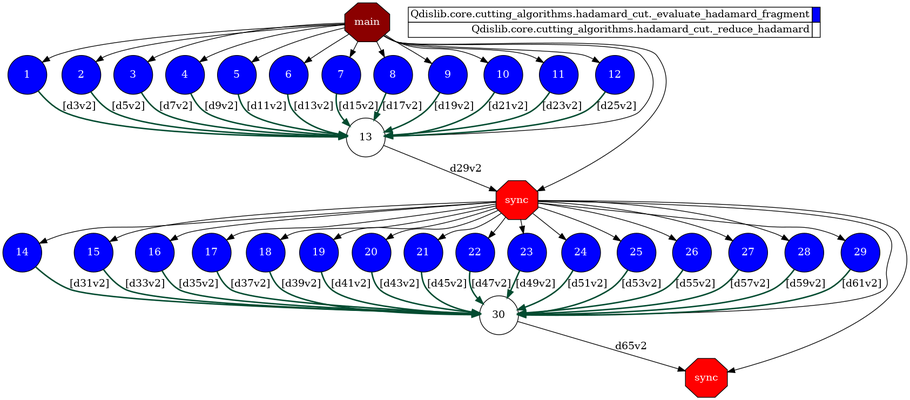
The Graphviz diagram examples/hadamard_compss_graph.png in bsc-wdc/qdislib, before a commit. Its source is kept beside it as examples/hadamard_compss_graph.dot.
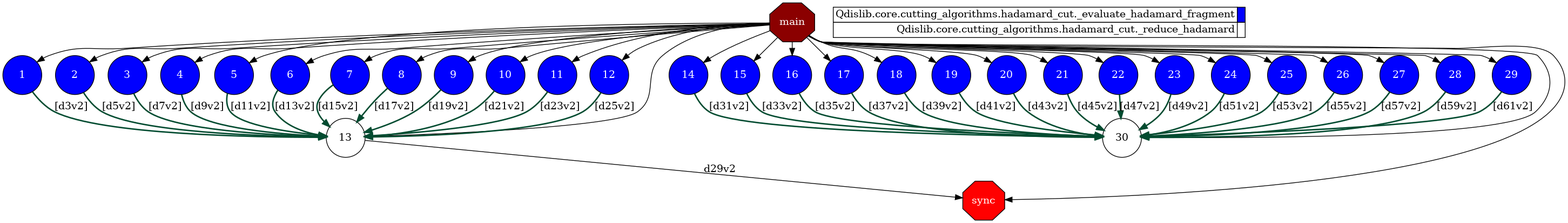
Above is the later version.

Commit message:
cutting: sync=False on Hadamard drivers to overlap independent cuts

The edit, as a diff of the source:
```diff
@@ -46,43 +46,40 @@
 3 -> 13 [label="[d7v2]",color="#024b30",penwidth=2];
 11 -> 13 [label="[d23v2]",color="#024b30",penwidth=2];
 9 -> 13 [label="[d19v2]",color="#024b30",penwidth=2];
-Synchro1[label="sync", shape=octagon, style=filled fillcolor="#ff0000" fontcolor="#FFFFFF"];
-Synchro0 -> Synchro1;
-13 -> Synchro1 [label="d29v2"];
 14[shape=circle, style=filled fillcolor="#0000ff" fontcolor="#ffffff"];
-Synchro1 -> 14;
+Synchro0 -> 14;
 15[shape=circle, style=filled fillcolor="#0000ff" fontcolor="#ffffff"];
-Synchro1 -> 15;
+Synchro0 -> 15;
 16[shape=circle, style=filled fillcolor="#0000ff" fontcolor="#ffffff"];
-Synchro1 -> 16;
+Synchro0 -> 16;
 17[shape=circle, style=filled fillcolor="#0000ff" fontcolor="#ffffff"];
-Synchro1 -> 17;
+Synchro0 -> 17;
 18[shape=circle, style=filled fillcolor="#0000ff" fontcolor="#ffffff"];
-Synchro1 -> 18;
+Synchro0 -> 18;
 19[shape=circle, style=filled fillcolor="#0000ff" fontcolor="#ffffff"];
-Synchro1 -> 19;
+Synchro0 -> 19;
 20[shape=circle, style=filled fillcolor="#0000ff" fontcolor="#ffffff"];
-Synchro1 -> 20;
+Synchro0 -> 20;
 21[shape=circle, style=filled fillcolor="#0000ff" fontcolor="#ffffff"];
-Synchro1 -> 21;
+Synchro0 -> 21;
 22[shape=circle, style=filled fillcolor="#0000ff" fontcolor="#ffffff"];
-Synchro1 -> 22;
+Synchro0 -> 22;
 23[shape=circle, style=filled fillcolor="#0000ff" fontcolor="#ffffff"];
-Synchro1 -> 23;
+Synchro0 -> 23;
 24[shape=circle, style=filled fillcolor="#0000ff" fontcolor="#ffffff"];
-Synchro1 -> 24;
+Synchro0 -> 24;
 25[shape=circle, style=filled fillcolor="#0000ff" fontcolor="#ffffff"];
-Synchro1 -> 25;
+Synchro0 -> 25;
 26[shape=circle, style=filled fillcolor="#0000ff" fontcolor="#ffffff"];
-Synchro1 -> 26;
+Synchro0 -> 26;
 27[shape=circle, style=filled fillcolor="#0000ff" fontcolor="#ffffff"];
-Synchro1 -> 27;
+Synchro0 -> 27;
 28[shape=circle, style=filled fillcolor="#0000ff" fontcolor="#ffffff"];
-Synchro1 -> 28;
+Synchro0 -> 28;
 29[shape=circle, style=filled fillcolor="#0000ff" fontcolor="#ffffff"];
-Synchro1 -> 29;
+Synchro0 -> 29;
 30[shape=circle, style=filled fillcolor="#ffffff" fontcolor="#000000"];
-Synchro1 -> 30;
+Synchro0 -> 30;
 14 -> 30 [label="[d31v2]",color="#024b30",penwidth=2];
 15 -> 30 [label="[d33v2]",color="#024b30",penwidth=2];
 23 -> 30 [label="[d49v2]",color="#024b30",penwidth=2];
@@ -99,9 +96,9 @@
 29 -> 30 [label="[d61v2]",color="#024b30",penwidth=2];
 20 -> 30 [label="[d43v2]",color="#024b30",penwidth=2];
 24 -> 30 [label="[d51v2]",color="#024b30",penwidth=2];
-Synchro2[label="sync", shape=octagon, style=filled fillcolor="#ff0000" fontcolor="#FFFFFF"];
-Synchro1 -> Synchro2;
-30 -> Synchro2 [label="d65v2"];  }
+Synchro1[label="sync", shape=octagon, style=filled fillcolor="#ff0000" fontcolor="#FFFFFF"];
+Synchro0 -> Synchro1;
+13 -> Synchro1 [label="d29v2"];  }
   subgraph legend {
     rank=sink;
     node [shape=plaintext, height=0.75];
```
